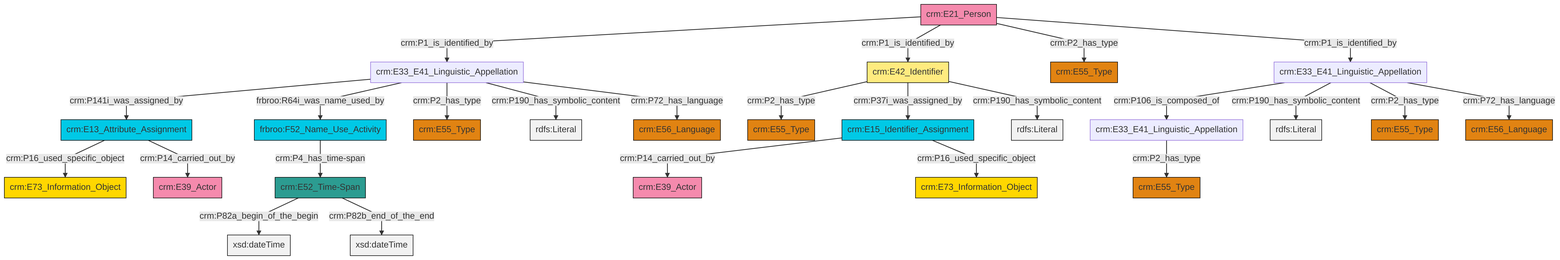
swiss-art-research-net/reference-data-models keeps this Mermaid diagram as et/personCSV/ttl/mmd/png/Person_Names_and_Classification.png. Above is the earlier version. Its source is kept beside it as et/personCSV/ttl/mmd/Person_Names_and_Classification.ttl.mmd.
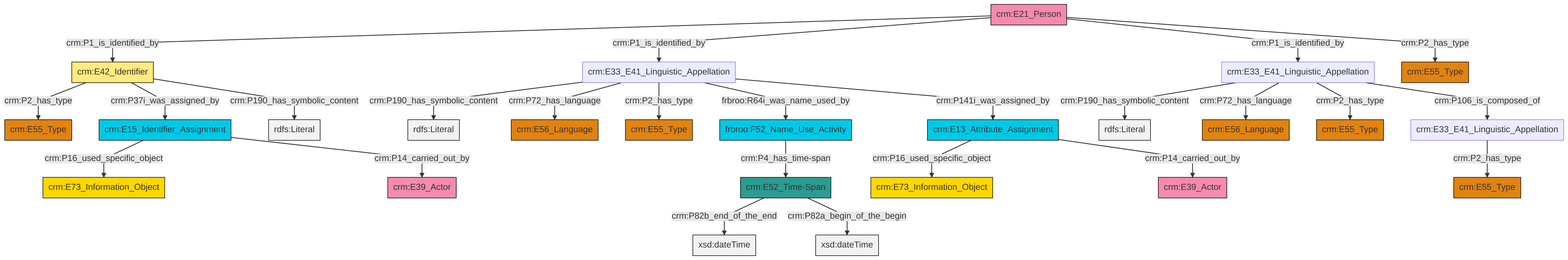
Later version of the same file.

What changed in the source:
```diff
@@ -13,27 +13,27 @@
 classDef PC_Classes fill:#4ce600, stroke:#000000;
 classDef Multi fill:#cccccc,stroke:#000000;
 
-4["crm:E13_Attribute_Assignment"]:::Temporal_Entity -->|crm:P16_used_specific_object| 5["crm:E73_Information_Object"]:::Conceptual_Object
-4["crm:E13_Attribute_Assignment"]:::Temporal_Entity -->|crm:P14_carried_out_by| 6["crm:E39_Actor"]:::Actor
-7["crm:E15_Identifier_Assignment"]:::Temporal_Entity -->|crm:P14_carried_out_by| 8["crm:E39_Actor"]:::Actor
-9["crm:E42_Identifier"]:::Appellation -->|crm:P2_has_type| 10["crm:E55_Type"]:::Type
-13["frbroo:F52_Name_Use_Activity"]:::Temporal_Entity -->|crm:P4_has_time-span| 14["crm:E52_Time-Span"]:::Time-Span
-15["crm:E21_Person"]:::Actor -->|crm:P1_is_identified_by| 16["crm:E33_E41_Linguistic_Appellation"]:::Default
-16["crm:E33_E41_Linguistic_Appellation"]:::Default -->|crm:P141i_was_assigned_by| 4["crm:E13_Attribute_Assignment"]:::Temporal_Entity
-9["crm:E42_Identifier"]:::Appellation -->|crm:P37i_was_assigned_by| 7["crm:E15_Identifier_Assignment"]:::Temporal_Entity
-17["crm:E33_E41_Linguistic_Appellation"]:::Default -->|crm:P106_is_composed_of| 18["crm:E33_E41_Linguistic_Appellation"]:::Default
-16["crm:E33_E41_Linguistic_Appellation"]:::Default -->|frbroo:R64i_was_name_used_by| 13["frbroo:F52_Name_Use_Activity"]:::Temporal_Entity
-14["crm:E52_Time-Span"]:::Time-Span -->|crm:P82a_begin_of_the_begin| 20[xsd:dateTime]:::Literal
-15["crm:E21_Person"]:::Actor -->|crm:P1_is_identified_by| 9["crm:E42_Identifier"]:::Appellation
-16["crm:E33_E41_Linguistic_Appellation"]:::Default -->|crm:P2_has_type| 2["crm:E55_Type"]:::Type
-15["crm:E21_Person"]:::Actor -->|crm:P2_has_type| 0["crm:E55_Type"]:::Type
-18["crm:E33_E41_Linguistic_Appellation"]:::Default -->|crm:P2_has_type| 11["crm:E55_Type"]:::Type
-17["crm:E33_E41_Linguistic_Appellation"]:::Default -->|crm:P190_has_symbolic_content| 33[rdfs:Literal]:::Literal
-17["crm:E33_E41_Linguistic_Appellation"]:::Default -->|crm:P2_has_type| 28["crm:E55_Type"]:::Type
-16["crm:E33_E41_Linguistic_Appellation"]:::Default -->|crm:P190_has_symbolic_content| 34[rdfs:Literal]:::Literal
-9["crm:E42_Identifier"]:::Appellation -->|crm:P190_has_symbolic_content| 39[rdfs:Literal]:::Literal
-14["crm:E52_Time-Span"]:::Time-Span -->|crm:P82b_end_of_the_end| 42[xsd:dateTime]:::Literal
-15["crm:E21_Person"]:::Actor -->|crm:P1_is_identified_by| 17["crm:E33_E41_Linguistic_Appellation"]:::Default
-16["crm:E33_E41_Linguistic_Appellation"]:::Default -->|crm:P72_has_language| 21["crm:E56_Language"]:::Type
-17["crm:E33_E41_Linguistic_Appellation"]:::Default -->|crm:P72_has_language| 23["crm:E56_Language"]:::Type
-7["crm:E15_Identifier_Assignment"]:::Temporal_Entity -->|crm:P16_used_specific_object| 45["crm:E73_Information_Object"]:::Conceptual_Object
+4["crm:E33_E41_Linguistic_Appellation"]:::Default -->|crm:P190_has_symbolic_content| 5[rdfs:Literal]:::Literal
+8["crm:E21_Person"]:::Actor -->|crm:P1_is_identified_by| 9["crm:E42_Identifier"]:::Appellation
+8["crm:E21_Person"]:::Actor -->|crm:P1_is_identified_by| 10["crm:E33_E41_Linguistic_Appellation"]:::Default
+9["crm:E42_Identifier"]:::Appellation -->|crm:P2_has_type| 16["crm:E55_Type"]:::Type
+10["crm:E33_E41_Linguistic_Appellation"]:::Default -->|crm:P190_has_symbolic_content| 21[rdfs:Literal]:::Literal
+0["crm:E33_E41_Linguistic_Appellation"]:::Default -->|crm:P2_has_type| 22["crm:E55_Type"]:::Type
+10["crm:E33_E41_Linguistic_Appellation"]:::Default -->|crm:P72_has_language| 2["crm:E56_Language"]:::Type
+18["crm:E52_Time-Span"]:::Time-Span -->|crm:P82b_end_of_the_end| 26[xsd:dateTime]:::Literal
+10["crm:E33_E41_Linguistic_Appellation"]:::Default -->|crm:P2_has_type| 24["crm:E55_Type"]:::Type
+8["crm:E21_Person"]:::Actor -->|crm:P1_is_identified_by| 4["crm:E33_E41_Linguistic_Appellation"]:::Default
+27["crm:E13_Attribute_Assignment"]:::Temporal_Entity -->|crm:P16_used_specific_object| 28["crm:E73_Information_Object"]:::Conceptual_Object
+9["crm:E42_Identifier"]:::Appellation -->|crm:P37i_was_assigned_by| 12["crm:E15_Identifier_Assignment"]:::Temporal_Entity
+4["crm:E33_E41_Linguistic_Appellation"]:::Default -->|crm:P72_has_language| 30["crm:E56_Language"]:::Type
+4["crm:E33_E41_Linguistic_Appellation"]:::Default -->|crm:P2_has_type| 14["crm:E55_Type"]:::Type
+12["crm:E15_Identifier_Assignment"]:::Temporal_Entity -->|crm:P16_used_specific_object| 6["crm:E73_Information_Object"]:::Conceptual_Object
+18["crm:E52_Time-Span"]:::Time-Span -->|crm:P82a_begin_of_the_begin| 32[xsd:dateTime]:::Literal
+12["crm:E15_Identifier_Assignment"]:::Temporal_Entity -->|crm:P14_carried_out_by| 33["crm:E39_Actor"]:::Actor
+8["crm:E21_Person"]:::Actor -->|crm:P2_has_type| 37["crm:E55_Type"]:::Type
+27["crm:E13_Attribute_Assignment"]:::Temporal_Entity -->|crm:P14_carried_out_by| 40["crm:E39_Actor"]:::Actor
+9["crm:E42_Identifier"]:::Appellation -->|crm:P190_has_symbolic_content| 41[rdfs:Literal]:::Literal
+10["crm:E33_E41_Linguistic_Appellation"]:::Default -->|frbroo:R64i_was_name_used_by| 35["frbroo:F52_Name_Use_Activity"]:::Temporal_Entity
+4["crm:E33_E41_Linguistic_Appellation"]:::Default -->|crm:P106_is_composed_of| 0["crm:E33_E41_Linguistic_Appellation"]:::Default
+10["crm:E33_E41_Linguistic_Appellation"]:::Default -->|crm:P141i_was_assigned_by| 27["crm:E13_Attribute_Assignment"]:::Temporal_Entity
+35["frbroo:F52_Name_Use_Activity"]:::Temporal_Entity -->|crm:P4_has_time-span| 18["crm:E52_Time-Span"]:::Time-Span
```
